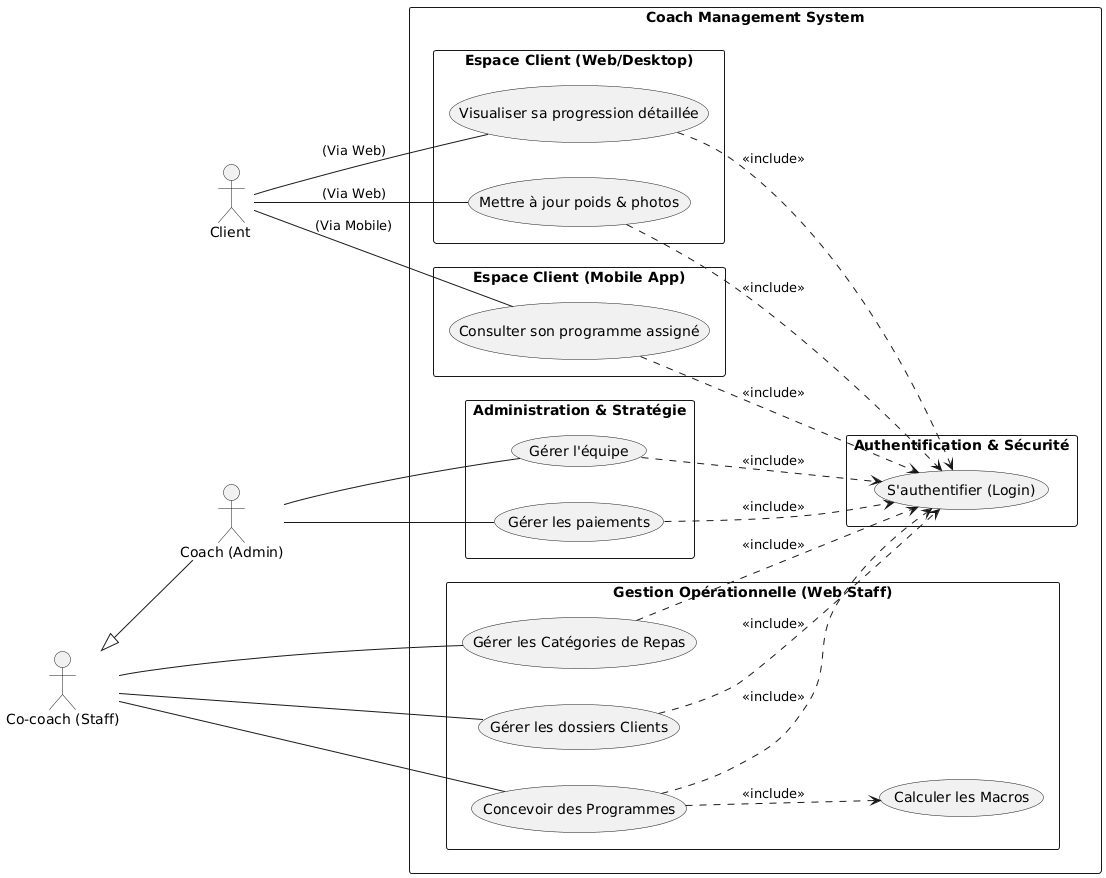
BenTaleb-Mehdi/Project-PFE keeps this PlantUML diagram as Presentation/images/usecase-global.png. Above is the earlier version.
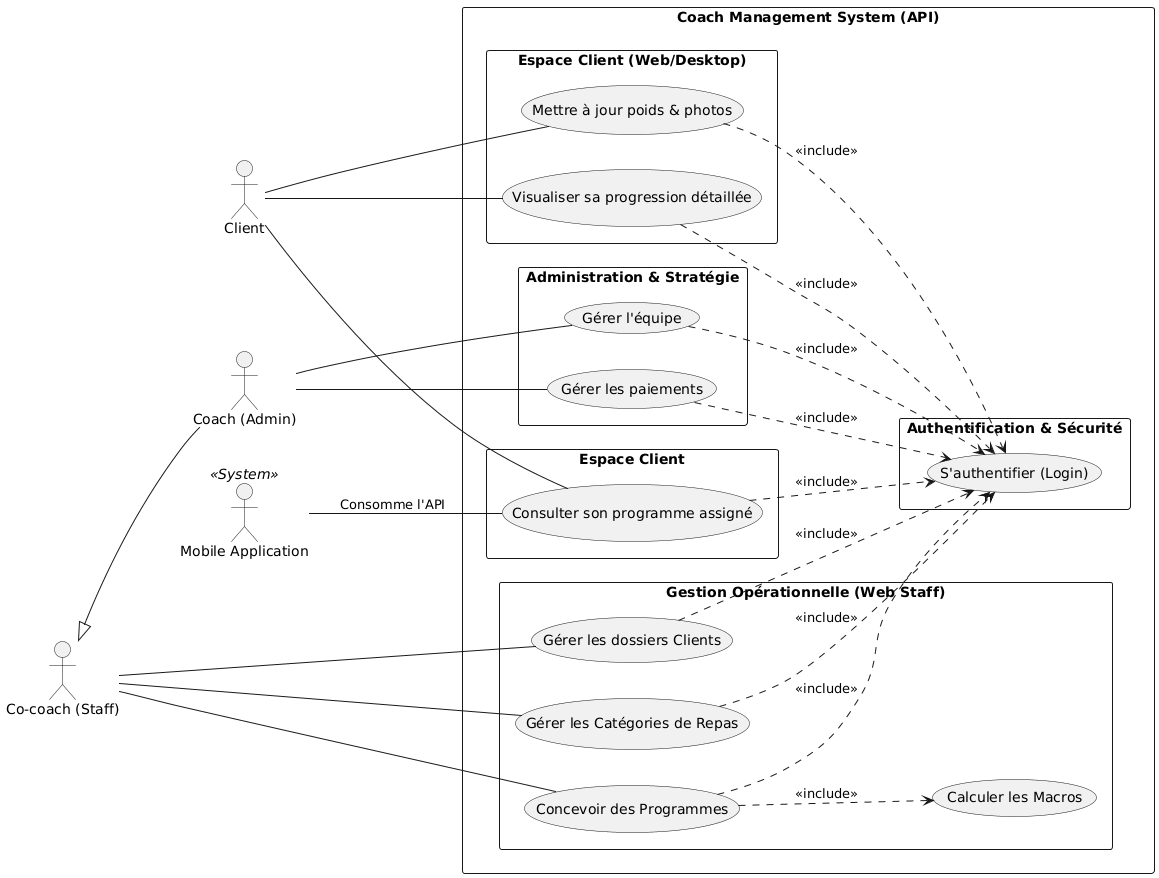
After the commit.

Diff of the diagram source:
```diff
@@ -3,16 +3,24 @@
 skinparam packageStyle rectangle
 skinparam shadowing false
 
-actor "Client " as Client
+actor "Client" as Client
 actor "Co-coach (Staff)" as Staff
 actor "Coach (Admin)" as Admin
 
+actor "Mobile Application" as MobileApp <<System>>
+
 Staff <|-- Admin
 
-rectangle "Coach Management System" {
+rectangle "Coach Management System (API)" {
 
   package "Authentification & Sécurité" {
     usecase "S'authentifier (Login)" as Login
+  }
+
+  package "Espace Client" {
+    usecase "Consulter son programme assigné" as ViewProg
+
+    ViewProg ..> Login : <<include>>
   }
 
   package "Espace Client (Web/Desktop)" {
@@ -21,12 +29,6 @@
 
     UpdateStats ..> Login : <<include>>
     ViewProgress ..> Login : <<include>>
-  }
-
-  package "Espace Client (Mobile App)" {
-    usecase "Consulter son programme assigné" as ViewProg
-
-    ViewProg ..> Login : <<include>>
   }
 
   package "Gestion Opérationnelle (Web Staff)" {
@@ -50,9 +52,11 @@
   }
 }
 
-Client -- ViewProg : "(Via Mobile)"
-Client -- UpdateStats : "(Via Web)"
-Client -- ViewProgress : "(Via Web)"
+Client -- ViewProg
+Client -- UpdateStats
+Client -- ViewProgress
+
+MobileApp -- ViewProg : "Consomme l'API"
 
 Staff -- ManageClients
 Staff -- DesignProgs
```
